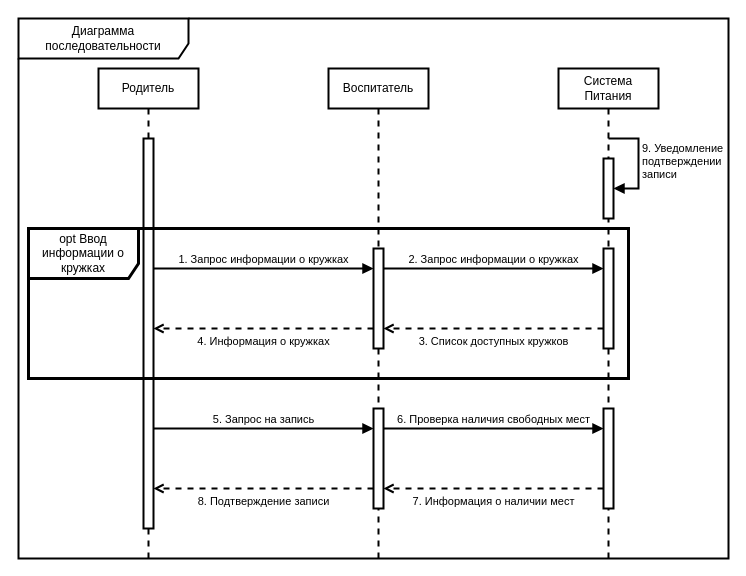
Earlier version of the draw.io diagram page "Page-1" (1 of 3) of 1.drawio (Helpmepleaseitishard/Aikms). Source tidied: cells renumbered, new cells numbered last; positions are measured from the earlier drawing's top-left corner, leaving out a move shared by most shapes. Both pictures are drawn from the tidied source at 100%, with x=0, y=0 at pixel (18, 18).
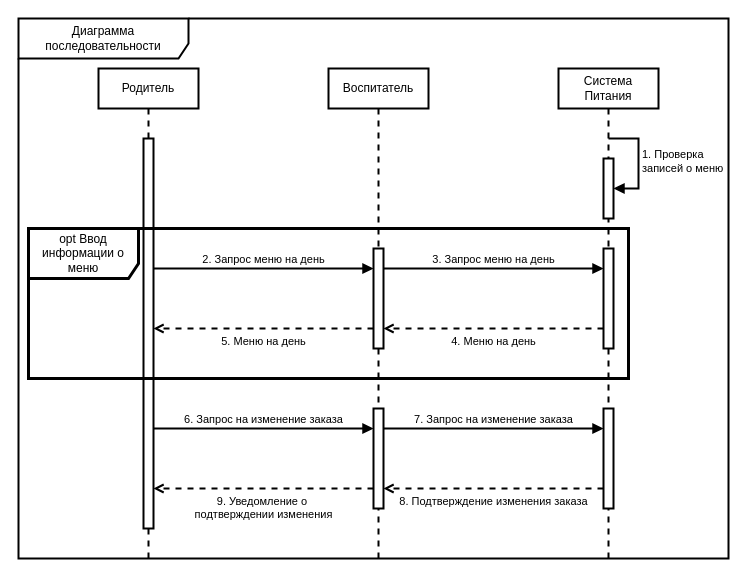
The same diagram, later.

Unchanged cells that the change refers to:
```xml
<mxCell id="16" style="html=1;points=[[0,0,0,0,5],[0,1,0,0,-5],[1,0,0,0,5],[1,1,0,0,-5]];perimeter=orthogonalPerimeter;outlineConnect=0;targetShapes=umlLifeline;portConstraint=eastwest;newEdgeStyle={&quot;curved&quot;:0,&quot;rounded&quot;:0};strokeWidth=2;" parent="1" vertex="1">
  <mxGeometry x="585" y="230" width="10" height="100" as="geometry" />
</mxCell>
<mxCell id="17" style="html=1;points=[[0,0,0,0,5],[0,1,0,0,-5],[1,0,0,0,5],[1,1,0,0,-5]];perimeter=orthogonalPerimeter;outlineConnect=0;targetShapes=umlLifeline;portConstraint=eastwest;newEdgeStyle={&quot;curved&quot;:0,&quot;rounded&quot;:0};strokeWidth=2;" parent="1" vertex="1">
  <mxGeometry x="585" y="390" width="10" height="100" as="geometry" />
</mxCell>
<mxCell id="18" style="html=1;points=[[0,0,0,0,5],[0,1,0,0,-5],[1,0,0,0,5],[1,1,0,0,-5]];perimeter=orthogonalPerimeter;outlineConnect=0;targetShapes=umlLifeline;portConstraint=eastwest;newEdgeStyle={&quot;curved&quot;:0,&quot;rounded&quot;:0};strokeWidth=2;" parent="1" vertex="1">
  <mxGeometry x="585" y="140" width="10" height="60" as="geometry" />
</mxCell>
<mxCell id="20" style="html=1;points=[[0,0,0,0,5],[0,1,0,0,-5],[1,0,0,0,5],[1,1,0,0,-5]];perimeter=orthogonalPerimeter;outlineConnect=0;targetShapes=umlLifeline;portConstraint=eastwest;newEdgeStyle={&quot;curved&quot;:0,&quot;rounded&quot;:0};strokeWidth=2;" parent="1" vertex="1">
  <mxGeometry x="355" y="230" width="10" height="100" as="geometry" />
</mxCell>
<mxCell id="21" style="html=1;points=[[0,0,0,0,5],[0,1,0,0,-5],[1,0,0,0,5],[1,1,0,0,-5]];perimeter=orthogonalPerimeter;outlineConnect=0;targetShapes=umlLifeline;portConstraint=eastwest;newEdgeStyle={&quot;curved&quot;:0,&quot;rounded&quot;:0};strokeWidth=2;" parent="1" vertex="1">
  <mxGeometry x="355" y="390" width="10" height="100" as="geometry" />
</mxCell>
```

Diff of the diagram source:
```diff
@@
-    <mxCell id="6" value="2. Запрос информации о кружках" style="html=1;verticalAlign=bottom;endArrow=block;curved=0;rounded=0;strokeWidth=2;" parent="1" edge="1" source="20" target="16">
+    <mxCell id="6" value="3. Запрос меню на день" style="html=1;verticalAlign=bottom;endArrow=block;curved=0;rounded=0;strokeWidth=2;" parent="1" edge="1" source="20" target="16">
       <mxGeometry relative="1" as="geometry">
         <Array as="points">
           <mxPoint x="430" y="250" />
         </Array>
       </mxGeometry>
     </mxCell>
-    <mxCell id="7" value="4. Информация о кружках" style="html=1;verticalAlign=top;endArrow=open;curved=0;rounded=0;strokeWidth=2;dashed=1;endFill=0;" parent="1" edge="1">
+    <mxCell id="7" value="5. Меню на день" style="html=1;verticalAlign=top;endArrow=open;curved=0;rounded=0;strokeWidth=2;dashed=1;endFill=0;" parent="1" edge="1">
       <mxGeometry relative="1" as="geometry">
         <mxPoint x="355" y="310" as="sourcePoint" />
         <mxPoint x="135" y="310" as="targetPoint" />
         <Array as="points">
           <mxPoint x="241" y="310" />
         </Array>
       </mxGeometry>
     </mxCell>
-    <mxCell id="8" value="1. Запрос информации о кружках" style="html=1;verticalAlign=bottom;endArrow=block;curved=0;rounded=0;strokeWidth=2;" parent="1" edge="1">
+    <mxCell id="8" value="2. Запрос меню на день" style="html=1;verticalAlign=bottom;endArrow=block;curved=0;rounded=0;strokeWidth=2;" parent="1" edge="1">
       <mxGeometry relative="1" as="geometry">
         <mxPoint x="135" y="250" as="sourcePoint" />
         <mxPoint x="355" y="250" as="targetPoint" />
         <Array as="points">
           <mxPoint x="260" y="250" />
         </Array>
       </mxGeometry>
     </mxCell>
-    <mxCell id="9" value="3. Список доступных кружков" style="html=1;verticalAlign=top;endArrow=open;curved=0;rounded=0;strokeWidth=2;dashed=1;endFill=0;" parent="1" edge="1" source="16" target="20">
+    <mxCell id="9" value="4. Меню на день" style="html=1;verticalAlign=top;endArrow=open;curved=0;rounded=0;strokeWidth=2;dashed=1;endFill=0;" parent="1" edge="1" source="16" target="20">
       <mxGeometry relative="1" as="geometry">
         <Array as="points">
           <mxPoint x="460" y="310" />
         </Array>
       </mxGeometry>
     </mxCell>
-    <mxCell id="10" value="6. Проверка наличия свободных мест" style="html=1;verticalAlign=bottom;endArrow=block;curved=0;rounded=0;strokeWidth=2;" parent="1" edge="1" source="21" target="17">
+    <mxCell id="10" value="7. Запрос на изменение заказа" style="html=1;verticalAlign=bottom;endArrow=block;curved=0;rounded=0;strokeWidth=2;" parent="1" edge="1" source="21" target="17">
       <mxGeometry relative="1" as="geometry">
         <Array as="points">
           <mxPoint x="425" y="410" />
         </Array>
       </mxGeometry>
     </mxCell>
-    <mxCell id="11" value="8. Подтверждение записи" style="html=1;verticalAlign=top;endArrow=open;curved=0;rounded=0;strokeWidth=2;dashed=1;endFill=0;" parent="1" edge="1">
+    <mxCell id="11" value="&lt;div&gt;9. Уведомление о&amp;nbsp;&lt;/div&gt;&lt;div&gt;подтверждении изменения&lt;/div&gt;" style="html=1;verticalAlign=top;endArrow=open;curved=0;rounded=0;strokeWidth=2;dashed=1;endFill=0;" parent="1" edge="1">
       <mxGeometry relative="1" as="geometry">
         <mxPoint x="355" y="470" as="sourcePoint" />
         <mxPoint x="135" y="470" as="targetPoint" />
         <Array as="points">
           <mxPoint x="236" y="470" />
         </Array>
       </mxGeometry>
     </mxCell>
-    <mxCell id="12" value="5. Запрос на запись" style="html=1;verticalAlign=bottom;endArrow=block;curved=0;rounded=0;strokeWidth=2;" parent="1" edge="1">
+    <mxCell id="12" value="6. Запрос на изменение заказа" style="html=1;verticalAlign=bottom;endArrow=block;curved=0;rounded=0;strokeWidth=2;" parent="1" edge="1">
       <mxGeometry relative="1" as="geometry">
         <mxPoint x="135" y="410" as="sourcePoint" />
         <mxPoint x="355" y="410" as="targetPoint" />
         <Array as="points">
           <mxPoint x="255" y="410" />
         </Array>
       </mxGeometry>
     </mxCell>
-    <mxCell id="13" value="7. Информация о наличии мест" style="html=1;verticalAlign=top;endArrow=open;curved=0;rounded=0;strokeWidth=2;dashed=1;endFill=0;" parent="1" edge="1" source="17" target="21">
+    <mxCell id="13" value="8. Подтверждение изменения заказа" style="html=1;verticalAlign=top;endArrow=open;curved=0;rounded=0;strokeWidth=2;dashed=1;endFill=0;" parent="1" edge="1" source="17" target="21">
       <mxGeometry relative="1" as="geometry">
         <Array as="points">
           <mxPoint x="455" y="470" />
         </Array>
       </mxGeometry>
     </mxCell>
@@
-    <mxCell id="15" value="opt Ввод информации о кружках" style="shape=umlFrame;whiteSpace=wrap;html=1;strokeWidth=3;width=110;height=50;" parent="1" vertex="1">
+    <mxCell id="15" value="opt Ввод информации о меню" style="shape=umlFrame;whiteSpace=wrap;html=1;strokeWidth=3;width=110;height=50;" parent="1" vertex="1">
       <mxGeometry x="10" y="210" width="600" height="150" as="geometry" />
     </mxCell>
@@
-    <mxCell id="19" value="&lt;div&gt;9. Уведомление&lt;/div&gt;&lt;div&gt;подтверждении&lt;/div&gt;&lt;div&gt;записи&lt;/div&gt;" style="html=1;align=left;spacingLeft=2;endArrow=block;rounded=0;edgeStyle=orthogonalEdgeStyle;curved=0;rounded=0;strokeWidth=2;" parent="1" edge="1" target="18">
+    <mxCell id="19" value="&lt;div&gt;1. Проверка&amp;nbsp;&lt;/div&gt;&lt;div&gt;записей о меню&lt;/div&gt;" style="html=1;align=left;spacingLeft=2;endArrow=block;rounded=0;edgeStyle=orthogonalEdgeStyle;curved=0;rounded=0;strokeWidth=2;" parent="1" edge="1" target="18">
       <mxGeometry relative="1" as="geometry">
         <mxPoint x="590" y="120" as="sourcePoint" />
         <Array as="points">
           <mxPoint x="620" y="120" />
           <mxPoint x="620" y="170" />
         </Array>
       </mxGeometry>
     </mxCell>
```
